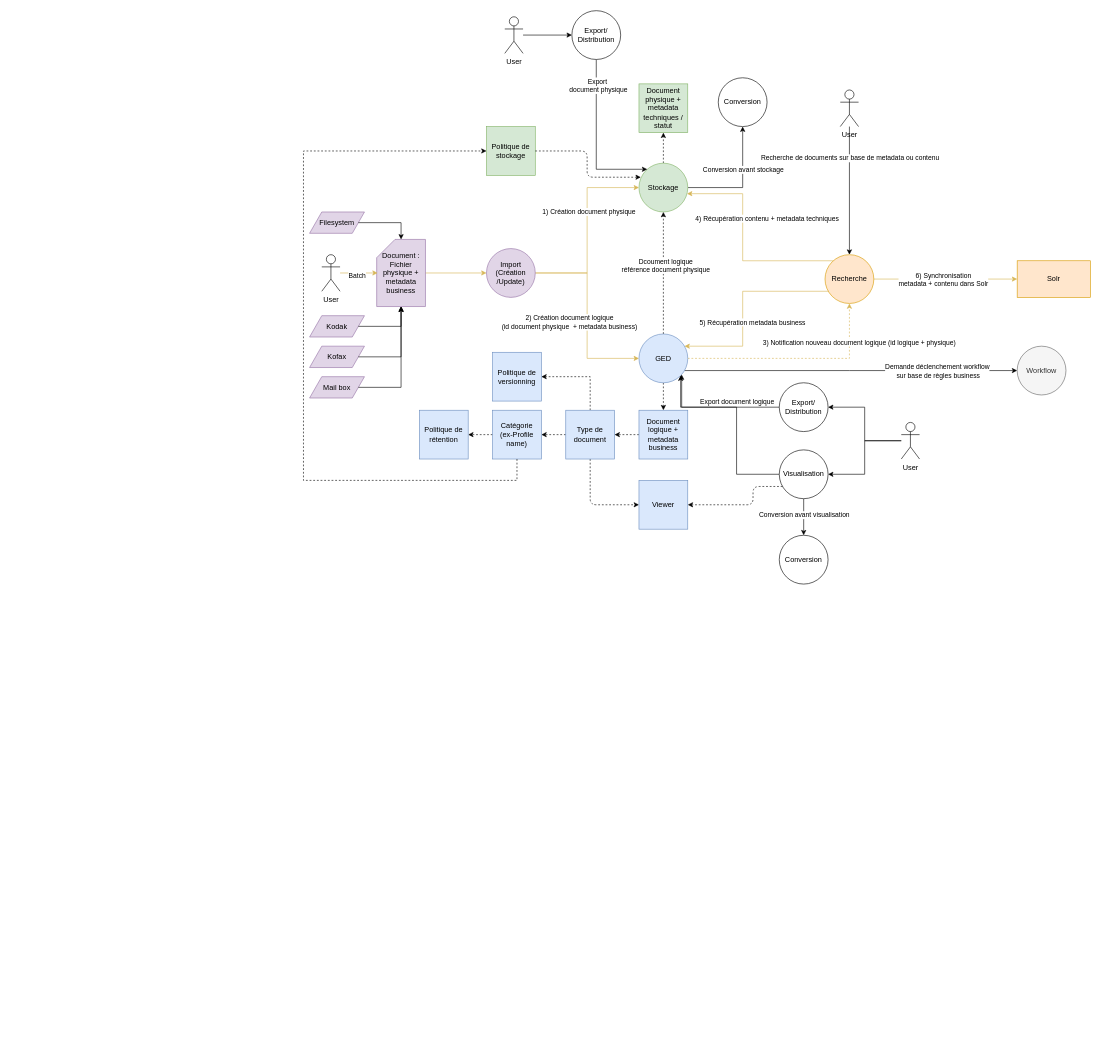
Above: archivage-logique.drawio in omasseau/drawio (draw.io), before the change. Source tidied: cells renumbered, new cells numbered last; positions are measured from the earlier drawing's top-left corner, leaving out a move shared by most shapes. Both pictures are drawn from the tidied source at 61%, with x=0, y=0 at pixel (303, 10).
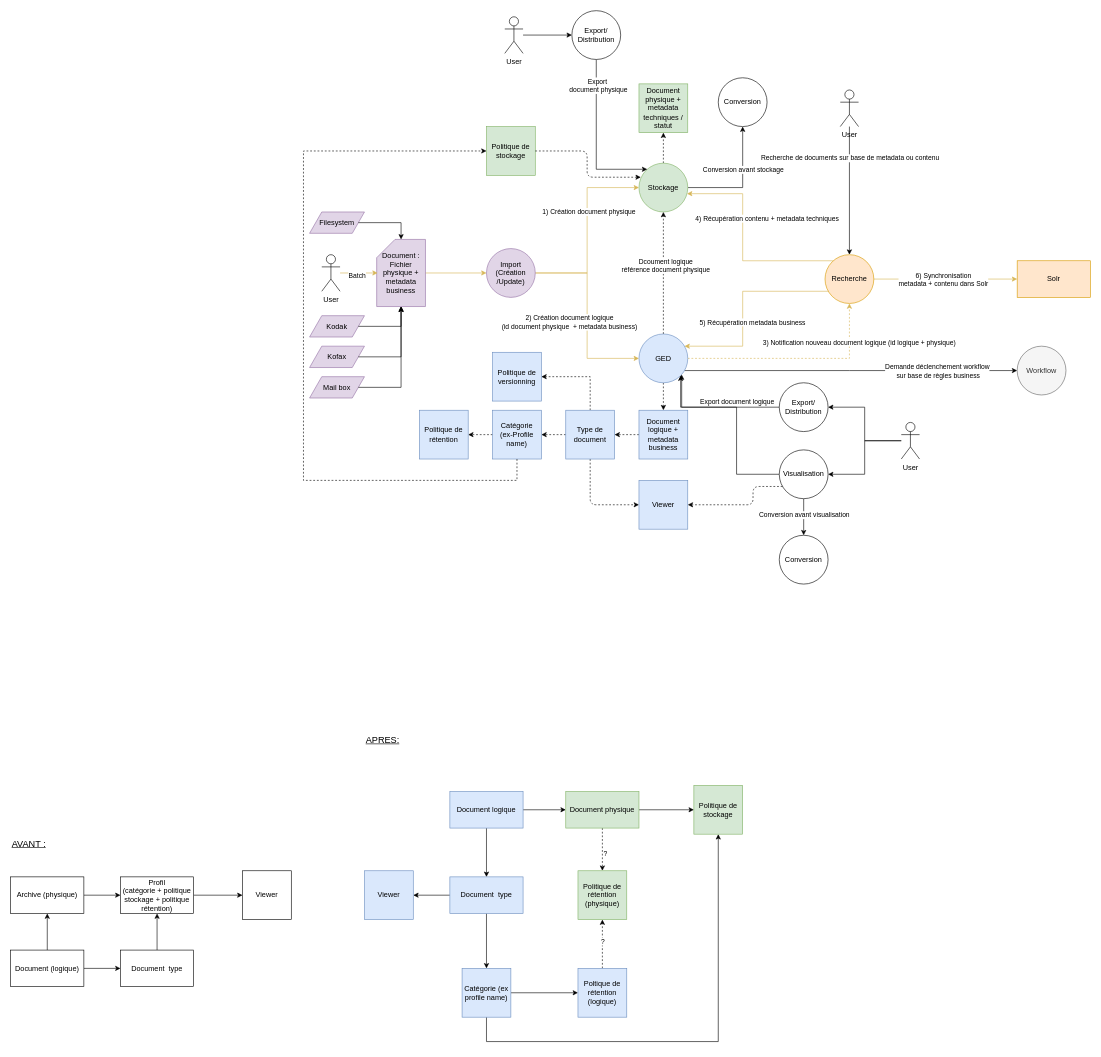
The same page after the edit.

Commit message (it also covers changes not shown here):
Mettre à jour archivage-logique.drawio

Change to the diagram source:
```diff
@@
+    <mxCell id="77" style="edgeStyle=orthogonalEdgeStyle;rounded=0;jettySize=auto;html=1;" parent="1" edge="1" source="78" target="105">
+      <mxGeometry relative="1" as="geometry" />
+    </mxCell>
+    <mxCell id="78" value="Profil &lt;br&gt;(catégorie + politique stockage + politique rétention)" style="rounded=0;whiteSpace=wrap;html=1;" parent="1" vertex="1">
+      <mxGeometry x="-300" y="1420" width="120" height="60" as="geometry" />
+    </mxCell>
+    <mxCell id="79" style="edgeStyle=orthogonalEdgeStyle;rounded=0;jettySize=auto;html=1;entryX=0.5;entryY=1;entryDx=0;entryDy=0;" parent="1" edge="1" source="80" target="78">
+      <mxGeometry relative="1" as="geometry" />
+    </mxCell>
+    <mxCell id="80" value="Document&amp;nbsp; type" style="rounded=0;whiteSpace=wrap;html=1;" parent="1" vertex="1">
+      <mxGeometry x="-300" y="1540" width="120" height="60" as="geometry" />
+    </mxCell>
+    <mxCell id="81" style="edgeStyle=orthogonalEdgeStyle;rounded=0;jettySize=auto;html=1;" parent="1" edge="1" source="83" target="87">
+      <mxGeometry relative="1" as="geometry" />
+    </mxCell>
+    <mxCell id="82" style="edgeStyle=orthogonalEdgeStyle;rounded=0;jettySize=auto;html=1;" parent="1" edge="1" source="83" target="84">
+      <mxGeometry relative="1" as="geometry">
+        <Array as="points">
+          <mxPoint x="300" y="1690" />
+          <mxPoint x="680" y="1690" />
+        </Array>
+      </mxGeometry>
+    </mxCell>
+    <mxCell id="83" value="Catégorie (ex profile name)" style="whiteSpace=wrap;html=1;fillColor=#dae8fc;strokeColor=#6c8ebf;" parent="1" vertex="1">
+      <mxGeometry x="260" y="1570" width="80" height="80" as="geometry" />
+    </mxCell>
+    <mxCell id="84" value="Politique de stockage" style="whiteSpace=wrap;html=1;fillColor=#d5e8d4;strokeColor=#82b366;" parent="1" vertex="1">
+      <mxGeometry x="640" y="1270" width="80" height="80" as="geometry" />
+    </mxCell>
+    <mxCell id="85" style="edgeStyle=orthogonalEdgeStyle;rounded=0;jettySize=auto;html=1;dashed=1;" parent="1" edge="1" source="87" target="103">
+      <mxGeometry relative="1" as="geometry" />
+    </mxCell>
+    <mxCell id="86" value="?" style="edgeLabel;html=1;align=center;verticalAlign=middle;" parent="85" vertex="1">
+      <mxGeometry x="0.12" relative="1" as="geometry" />
+    </mxCell>
+    <mxCell id="87" value="Poltique de rétention (logique)" style="whiteSpace=wrap;html=1;fillColor=#dae8fc;strokeColor=#6c8ebf;" parent="1" vertex="1">
+      <mxGeometry x="450" y="1570" width="80" height="80" as="geometry" />
+    </mxCell>
+    <mxCell id="88" style="edgeStyle=orthogonalEdgeStyle;rounded=0;jettySize=auto;html=1;" parent="1" edge="1" source="90" target="83">
+      <mxGeometry relative="1" as="geometry" />
+    </mxCell>
+    <mxCell id="89" style="edgeStyle=orthogonalEdgeStyle;rounded=0;jettySize=auto;html=1;" parent="1" edge="1" source="90" target="104">
+      <mxGeometry relative="1" as="geometry" />
+    </mxCell>
+    <mxCell id="90" value="Document&amp;nbsp; type" style="rounded=0;whiteSpace=wrap;html=1;fillColor=#dae8fc;strokeColor=#6c8ebf;" parent="1" vertex="1">
+      <mxGeometry x="240" y="1420" width="120" height="60" as="geometry" />
+    </mxCell>
+    <mxCell id="91" style="edgeStyle=orthogonalEdgeStyle;rounded=0;jettySize=auto;html=1;entryX=0;entryY=0.5;entryDx=0;entryDy=0;" parent="1" edge="1" source="92" target="78">
+      <mxGeometry relative="1" as="geometry" />
+    </mxCell>
+    <mxCell id="92" value="Archive (physique)" style="rounded=0;whiteSpace=wrap;html=1;" parent="1" vertex="1">
+      <mxGeometry x="-480" y="1420" width="120" height="60" as="geometry" />
+    </mxCell>
+    <mxCell id="93" style="edgeStyle=orthogonalEdgeStyle;rounded=0;jettySize=auto;html=1;" parent="1" edge="1" source="95" target="80">
+      <mxGeometry relative="1" as="geometry" />
+    </mxCell>
+    <mxCell id="94" style="edgeStyle=orthogonalEdgeStyle;rounded=0;jettySize=auto;html=1;entryX=0.5;entryY=1;entryDx=0;entryDy=0;" parent="1" edge="1" source="95" target="92">
+      <mxGeometry relative="1" as="geometry" />
+    </mxCell>
+    <mxCell id="95" value="Document (logique)" style="rounded=0;whiteSpace=wrap;html=1;" parent="1" vertex="1">
+      <mxGeometry x="-480" y="1540" width="120" height="60" as="geometry" />
+    </mxCell>
+    <mxCell id="96" style="edgeStyle=orthogonalEdgeStyle;rounded=0;jettySize=auto;html=1;entryX=0;entryY=0.5;entryDx=0;entryDy=0;" parent="1" edge="1" source="98" target="102">
+      <mxGeometry relative="1" as="geometry" />
+    </mxCell>
+    <mxCell id="97" style="edgeStyle=orthogonalEdgeStyle;rounded=0;jettySize=auto;html=1;" parent="1" edge="1" source="98" target="90">
+      <mxGeometry relative="1" as="geometry" />
+    </mxCell>
+    <mxCell id="98" value="Document logique" style="rounded=0;whiteSpace=wrap;html=1;fillColor=#dae8fc;strokeColor=#6c8ebf;" parent="1" vertex="1">
+      <mxGeometry x="240" y="1280" width="120" height="60" as="geometry" />
+    </mxCell>
+    <mxCell id="99" style="edgeStyle=orthogonalEdgeStyle;rounded=0;jettySize=auto;html=1;" parent="1" edge="1" source="102" target="84">
+      <mxGeometry relative="1" as="geometry" />
+    </mxCell>
+    <mxCell id="100" style="edgeStyle=orthogonalEdgeStyle;rounded=0;jettySize=auto;html=1;dashed=1;" parent="1" edge="1" source="102" target="103">
+      <mxGeometry relative="1" as="geometry" />
+    </mxCell>
+    <mxCell id="101" value="?" style="edgeLabel;html=1;align=center;verticalAlign=middle;" parent="100" vertex="1">
+      <mxGeometry x="0.2" y="4" relative="1" as="geometry" />
+    </mxCell>
+    <mxCell id="102" value="Document physique" style="rounded=0;whiteSpace=wrap;html=1;fillColor=#d5e8d4;strokeColor=#82b366;" parent="1" vertex="1">
+      <mxGeometry x="430" y="1280" width="120" height="60" as="geometry" />
+    </mxCell>
+    <mxCell id="103" value="Politique de rétention (physique)" style="whiteSpace=wrap;html=1;fillColor=#d5e8d4;strokeColor=#82b366;" parent="1" vertex="1">
+      <mxGeometry x="450" y="1410" width="80" height="80" as="geometry" />
+    </mxCell>
+    <mxCell id="104" value="Viewer" style="whiteSpace=wrap;html=1;fillColor=#dae8fc;strokeColor=#6c8ebf;" parent="1" vertex="1">
+      <mxGeometry x="100" y="1410" width="80" height="80" as="geometry" />
+    </mxCell>
+    <mxCell id="105" value="Viewer" style="whiteSpace=wrap;html=1;" parent="1" vertex="1">
+      <mxGeometry x="-100" y="1410" width="80" height="80" as="geometry" />
+    </mxCell>
+    <mxCell id="106" value="AVANT :" style="text;html=1;align=center;verticalAlign=middle;whiteSpace=wrap;rounded=0;strokeColor=none;fontSize=15;fontStyle=4;" parent="1" vertex="1">
+      <mxGeometry x="-480" y="1350" width="60" height="30" as="geometry" />
+    </mxCell>
+    <mxCell id="107" value="APRES:" style="text;html=1;align=center;verticalAlign=middle;whiteSpace=wrap;rounded=0;strokeColor=none;fontSize=15;fontStyle=4;" parent="1" vertex="1">
+      <mxGeometry x="100" y="1180" width="60" height="30" as="geometry" />
+    </mxCell>
```
